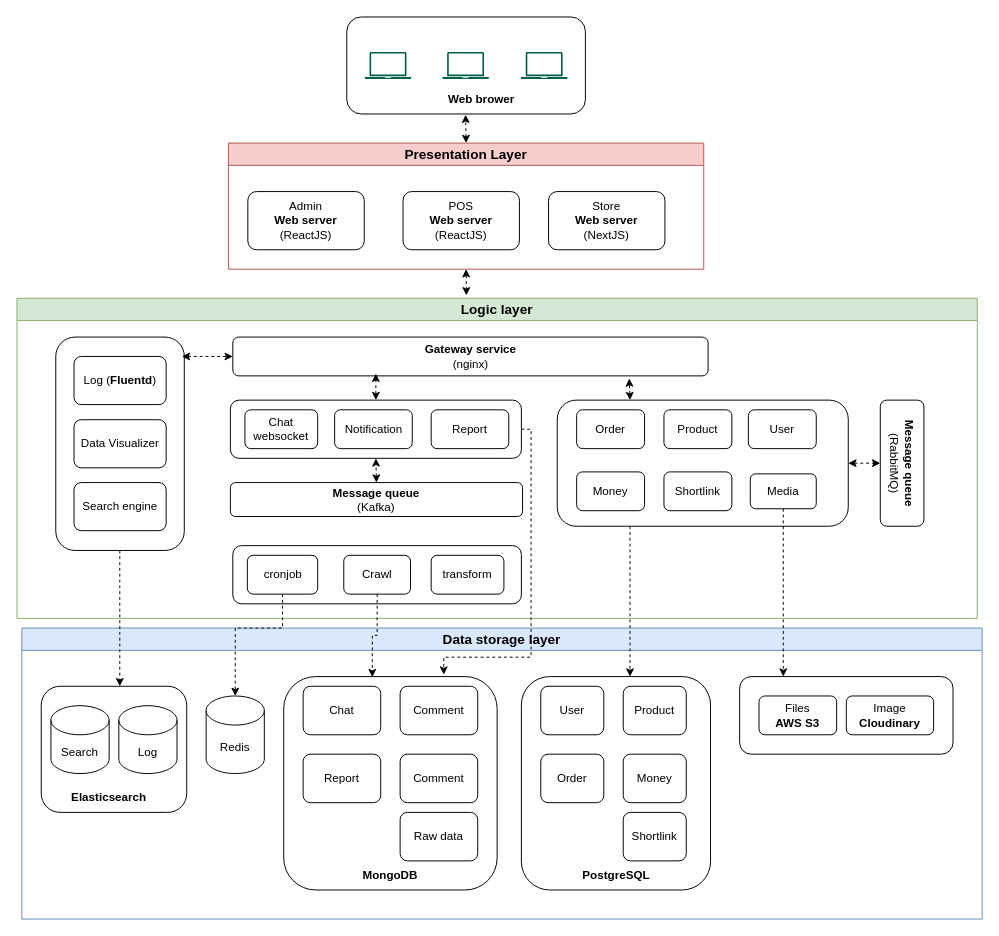
Above: system_architecture_diagram.drawio in codeclubvn/introduce (draw.io), before the change. Source tidied: cells renumbered, new cells numbered last; positions are measured from the earlier drawing's top-left corner, leaving out a move shared by most shapes. Both pictures are drawn from the tidied source at 97%, with x=0, y=0 at pixel (16, 16).
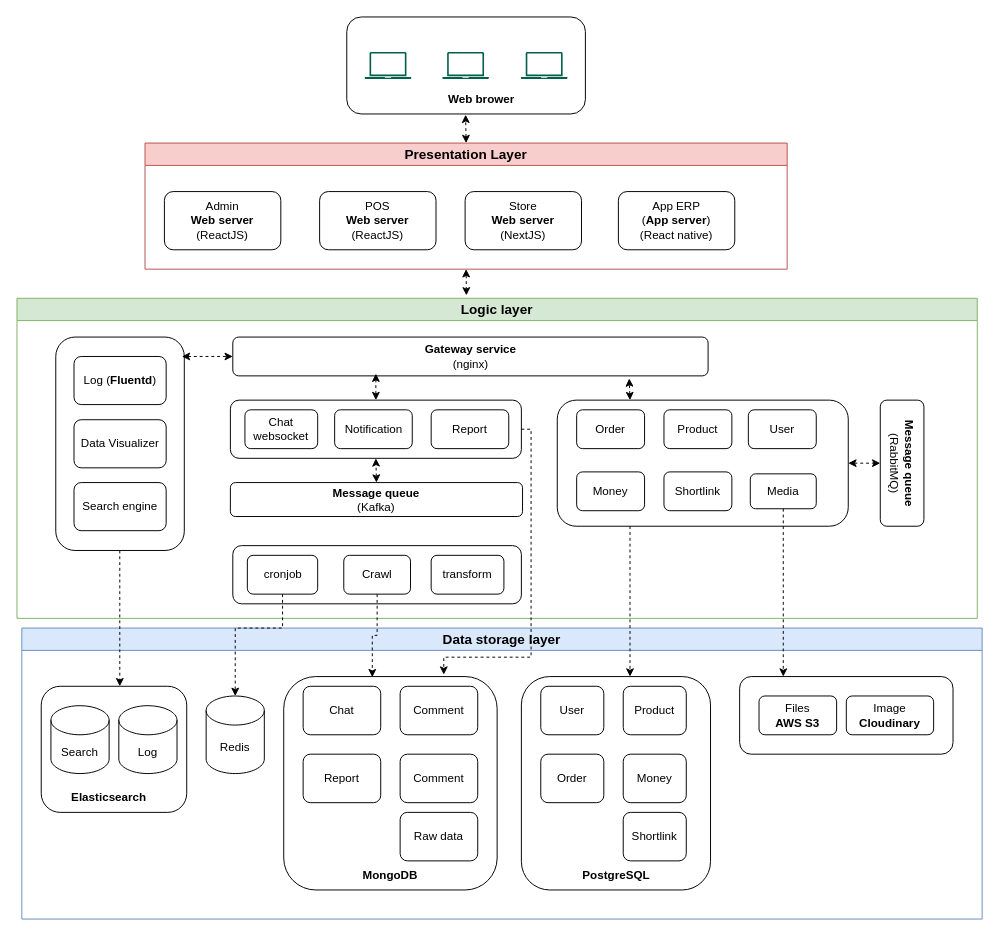
The same diagram, later.

The edit, as a diff of the source:
```diff
@@
     <mxCell id="2" value="&lt;font style=&quot;font-size: 14px;&quot;&gt;Presentation Layer&lt;/font&gt;" style="swimlane;whiteSpace=wrap;html=1;fillColor=#f8cecc;strokeColor=#b85450;" parent="1" vertex="1">
-      <mxGeometry x="218" y="130" width="490" height="130" as="geometry" />
+      <mxGeometry x="132" y="130" width="662" height="130" as="geometry" />
     </mxCell>
@@
+    <mxCell id="72" value="App ERP&lt;br&gt;(&lt;b&gt;App server&lt;/b&gt;)&lt;br&gt;(React native)" style="rounded=1;whiteSpace=wrap;html=1;" parent="2" vertex="1">
+      <mxGeometry x="488" y="50" width="120" height="60" as="geometry" />
+    </mxCell>
```
